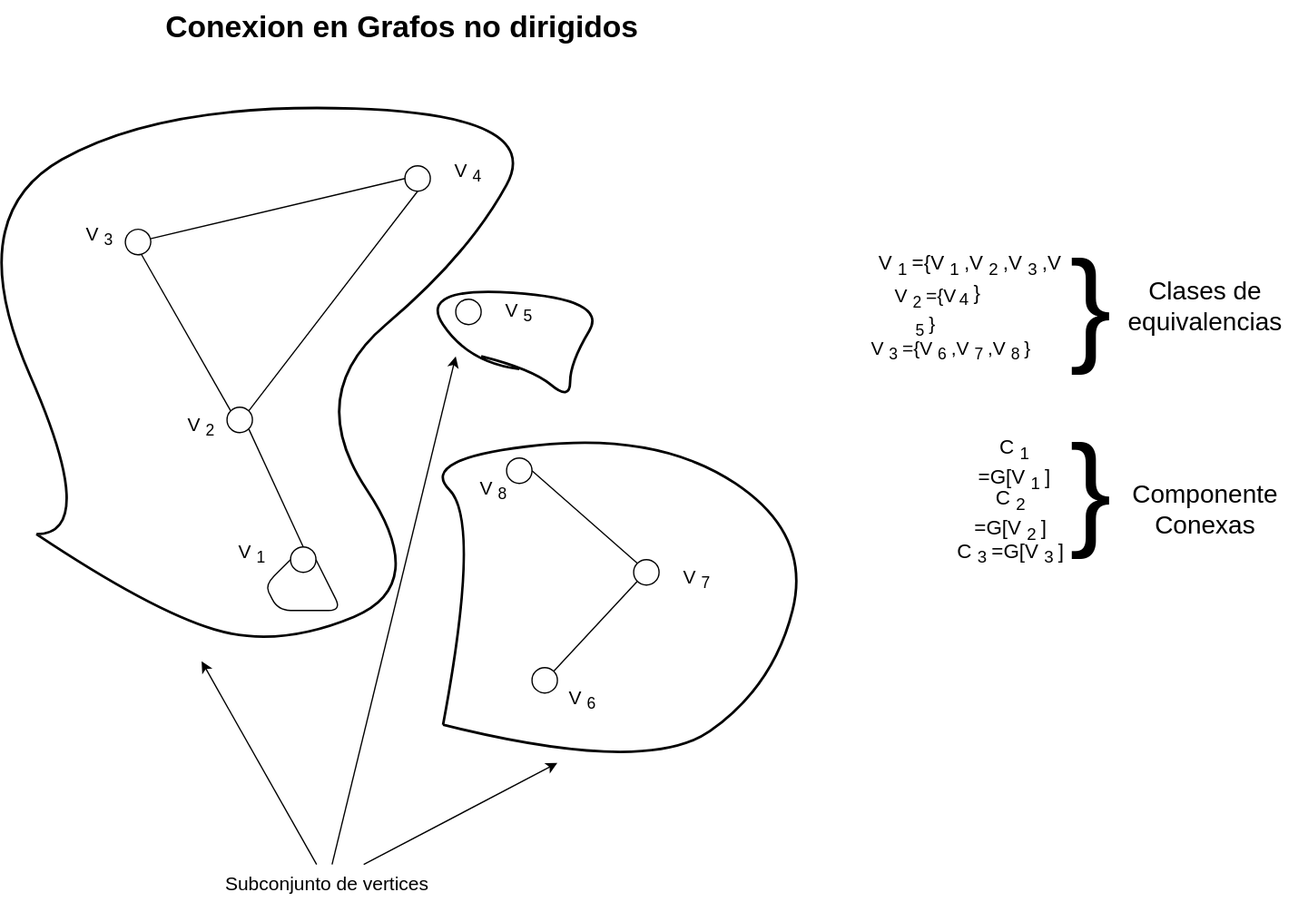
The draw.io diagram Estructura-de-datos/Grafos/Conexion-grafo-nodir.drawio.svg in Nordcode-cyber/Algoritmos-Estructdatos, before a commit. Source tidied: cells renumbered, new cells last; positions are measured from the earlier drawing's top-left corner, leaving out a move shared by most shapes. The source it was exported from:
```xml
<mxGraphModel>
  <root>
    <mxCell id="0" />
    <mxCell id="1" parent="0" />
    <mxCell id="2" value="&lt;h1 style=&quot;margin-top: 0px;&quot;&gt;&lt;font style=&quot;color: light-dark(rgb(0, 0, 0), rgb(0, 255, 128));&quot;&gt;Conexion en Grafos no dirigidos&lt;/font&gt;&lt;/h1&gt;&lt;p&gt;&lt;br&gt;&lt;/p&gt;" style="text;html=1;whiteSpace=wrap;overflow=hidden;rounded=0;" parent="1" vertex="1">
      <mxGeometry x="160" width="420" height="60" as="geometry" />
    </mxCell>
    <mxCell id="3" style="ellipse;whiteSpace=wrap;html=1;fillColor=light-dark(#FFFFFF,#7F00FF);rotation=-15;" parent="1" vertex="1">
      <mxGeometry x="130" y="180" width="20" height="20" as="geometry" />
    </mxCell>
    <mxCell id="4" style="ellipse;whiteSpace=wrap;html=1;fillColor=light-dark(#FFFFFF,#7F00FF);rotation=0;" parent="1" vertex="1">
      <mxGeometry x="350" y="130" width="20" height="20" as="geometry" />
    </mxCell>
    <mxCell id="5" style="ellipse;whiteSpace=wrap;html=1;fillColor=light-dark(#FFFFFF,#7F00FF);" parent="1" vertex="1">
      <mxGeometry x="210" y="320" width="20" height="20" as="geometry" />
    </mxCell>
    <mxCell id="6" style="ellipse;whiteSpace=wrap;html=1;fillColor=light-dark(#FFFFFF,#7F00FF);" parent="1" vertex="1">
      <mxGeometry x="260" y="430" width="20" height="20" as="geometry" />
    </mxCell>
    <mxCell id="7" style="endArrow=none;html=1;entryX=1;entryY=0.5;entryDx=0;entryDy=0;exitX=0;exitY=0.5;exitDx=0;exitDy=0;" parent="1" edge="1" source="4" target="3">
      <mxGeometry relative="1" as="geometry" />
    </mxCell>
    <mxCell id="8" style="endArrow=none;html=1;entryX=0.5;entryY=1;entryDx=0;entryDy=0;exitX=1;exitY=0;exitDx=0;exitDy=0;" parent="1" edge="1" source="5" target="4">
      <mxGeometry relative="1" as="geometry" />
    </mxCell>
    <mxCell id="9" style="endArrow=none;html=1;entryX=0.5;entryY=1;entryDx=0;entryDy=0;exitX=0;exitY=0;exitDx=0;exitDy=0;" parent="1" edge="1" source="5" target="3">
      <mxGeometry relative="1" as="geometry" />
    </mxCell>
    <mxCell id="10" style="endArrow=none;html=1;entryX=1;entryY=1;entryDx=0;entryDy=0;exitX=0.5;exitY=0;exitDx=0;exitDy=0;" parent="1" edge="1" source="6" target="5">
      <mxGeometry relative="1" as="geometry" />
    </mxCell>
    <mxCell id="11" style="endArrow=none;html=1;exitX=1;exitY=0.5;exitDx=0;exitDy=0;entryX=0;entryY=0.5;entryDx=0;entryDy=0;" parent="1" edge="1" source="6" target="6">
      <mxGeometry relative="1" as="geometry">
        <Array as="points">
          <mxPoint x="300" y="480" />
          <mxPoint x="250" y="480" />
          <mxPoint x="240" y="460" />
        </Array>
      </mxGeometry>
    </mxCell>
    <mxCell id="12" style="ellipse;whiteSpace=wrap;html=1;fillColor=light-dark(#FFFFFF,#7F00FF);" parent="1" vertex="1">
      <mxGeometry x="390" y="235" width="20" height="20" as="geometry" />
    </mxCell>
    <mxCell id="13" style="ellipse;whiteSpace=wrap;html=1;fillColor=light-dark(#FFFFFF,#7F00FF);" parent="1" vertex="1">
      <mxGeometry x="530" y="440" width="20" height="20" as="geometry" />
    </mxCell>
    <mxCell id="14" style="ellipse;whiteSpace=wrap;html=1;fillColor=light-dark(#FFFFFF,#7F00FF);" parent="1" vertex="1">
      <mxGeometry x="430" y="360" width="20" height="20" as="geometry" />
    </mxCell>
    <mxCell id="15" style="ellipse;whiteSpace=wrap;html=1;fillColor=light-dark(#FFFFFF,#7F00FF);" parent="1" vertex="1">
      <mxGeometry x="450" y="525" width="20" height="20" as="geometry" />
    </mxCell>
    <mxCell id="16" style="endArrow=none;html=1;exitX=1;exitY=0;exitDx=0;exitDy=0;entryX=0;entryY=1;entryDx=0;entryDy=0;" parent="1" edge="1" source="15" target="13">
      <mxGeometry relative="1" as="geometry" />
    </mxCell>
    <mxCell id="17" style="endArrow=none;html=1;exitX=0;exitY=0;exitDx=0;exitDy=0;entryX=1;entryY=0.5;entryDx=0;entryDy=0;" parent="1" edge="1" source="13" target="14">
      <mxGeometry relative="1" as="geometry" />
    </mxCell>
    <mxCell id="18" value="&lt;font style=&quot;font-size: 15px; color: light-dark(rgb(0, 0, 0), rgb(204, 0, 0));&quot;&gt;V&lt;sub&gt;1&lt;/sub&gt;&lt;/font&gt;" style="text;html=1;align=center;verticalAlign=middle;whiteSpace=wrap;rounded=0;" parent="1" vertex="1">
      <mxGeometry x="200" y="420" width="60" height="30" as="geometry" />
    </mxCell>
    <mxCell id="19" value="&lt;font style=&quot;font-size: 15px; color: light-dark(rgb(0, 0, 0), rgb(204, 0, 0));&quot;&gt;V&lt;sub&gt;2&lt;/sub&gt;&lt;/font&gt;" style="text;html=1;align=center;verticalAlign=middle;whiteSpace=wrap;rounded=0;" parent="1" vertex="1">
      <mxGeometry x="160" y="320" width="60" height="30" as="geometry" />
    </mxCell>
    <mxCell id="20" value="&lt;font style=&quot;font-size: 15px; color: light-dark(rgb(0, 0, 0), rgb(204, 0, 0));&quot;&gt;V&lt;sub&gt;3&lt;/sub&gt;&lt;/font&gt;" style="text;html=1;align=center;verticalAlign=middle;whiteSpace=wrap;rounded=0;" parent="1" vertex="1">
      <mxGeometry x="80" y="170" width="60" height="30" as="geometry" />
    </mxCell>
    <mxCell id="21" value="&lt;font style=&quot;font-size: 15px; color: light-dark(rgb(0, 0, 0), rgb(204, 0, 0));&quot;&gt;V&lt;sub&gt;4&lt;/sub&gt;&lt;/font&gt;" style="text;html=1;align=center;verticalAlign=middle;whiteSpace=wrap;rounded=0;" parent="1" vertex="1">
      <mxGeometry x="370" y="120" width="60" height="30" as="geometry" />
    </mxCell>
    <mxCell id="22" value="&lt;font style=&quot;font-size: 15px; color: light-dark(rgb(0, 0, 0), rgb(204, 0, 0));&quot;&gt;V&lt;sub&gt;5&lt;/sub&gt;&lt;/font&gt;" style="text;html=1;align=center;verticalAlign=middle;whiteSpace=wrap;rounded=0;" parent="1" vertex="1">
      <mxGeometry x="410" y="230" width="60" height="30" as="geometry" />
    </mxCell>
    <mxCell id="23" value="&lt;font style=&quot;font-size: 15px; color: light-dark(rgb(0, 0, 0), rgb(204, 0, 0));&quot;&gt;V&lt;sub&gt;7&lt;/sub&gt;&lt;/font&gt;" style="text;html=1;align=center;verticalAlign=middle;whiteSpace=wrap;rounded=0;" parent="1" vertex="1">
      <mxGeometry x="550" y="440" width="60" height="30" as="geometry" />
    </mxCell>
    <mxCell id="24" value="&lt;font style=&quot;font-size: 15px; color: light-dark(rgb(0, 0, 0), rgb(204, 0, 0));&quot;&gt;V&lt;sub&gt;6&lt;/sub&gt;&lt;/font&gt;" style="text;html=1;align=center;verticalAlign=middle;whiteSpace=wrap;rounded=0;" parent="1" vertex="1">
      <mxGeometry x="460" y="535" width="60" height="30" as="geometry" />
    </mxCell>
    <mxCell id="25" value="&lt;font style=&quot;font-size: 15px; color: light-dark(rgb(0, 0, 0), rgb(204, 0, 0));&quot;&gt;V&lt;sub&gt;8&lt;/sub&gt;&lt;/font&gt;" style="text;html=1;align=center;verticalAlign=middle;whiteSpace=wrap;rounded=0;" parent="1" vertex="1">
      <mxGeometry x="390" y="370" width="60" height="30" as="geometry" />
    </mxCell>
    <mxCell id="26" value="&lt;font style=&quot;color: light-dark(rgb(0, 0, 0), rgb(66, 255, 46)); font-size: 16px;&quot;&gt;V&lt;sub style=&quot;&quot;&gt;1&lt;/sub&gt; ={V&lt;sub style=&quot;&quot;&gt;1&lt;/sub&gt;,V&lt;sub style=&quot;&quot;&gt;2&lt;/sub&gt;,V&lt;sub style=&quot;&quot;&gt;3&lt;/sub&gt;,V&lt;sub style=&quot;&quot;&gt;4&lt;/sub&gt;}&lt;/font&gt;" style="text;html=1;align=center;verticalAlign=middle;whiteSpace=wrap;rounded=0;" parent="1" vertex="1">
      <mxGeometry x="720" y="205" width="150" height="30" as="geometry" />
    </mxCell>
    <mxCell id="27" value="&lt;font style=&quot;color: light-dark(rgb(0, 0, 0), rgb(66, 255, 46)); font-size: 15px;&quot;&gt;V&lt;sub&gt;2&lt;/sub&gt;={V&lt;sub&gt;5&lt;/sub&gt;}&lt;/font&gt;" style="text;html=1;align=center;verticalAlign=middle;whiteSpace=wrap;rounded=0;" parent="1" vertex="1">
      <mxGeometry x="730" y="230" width="60" height="30" as="geometry" />
    </mxCell>
    <mxCell id="28" value="&lt;font style=&quot;font-size: 15px; color: light-dark(rgb(0, 0, 0), rgb(66, 255, 46));&quot;&gt;V&lt;sub&gt;3&lt;/sub&gt;={V&lt;sub&gt;6&lt;/sub&gt;,V&lt;sub&gt;7&lt;/sub&gt;,V&lt;sub&gt;8&lt;/sub&gt;}&lt;/font&gt;" style="text;html=1;align=center;verticalAlign=middle;whiteSpace=wrap;rounded=0;" parent="1" vertex="1">
      <mxGeometry x="710" y="260" width="140" height="30" as="geometry" />
    </mxCell>
    <mxCell id="29" style="edgeStyle=none;html=1;" parent="1" edge="1" source="32">
      <mxGeometry relative="1" as="geometry">
        <mxPoint x="190" y="520" as="targetPoint" />
      </mxGeometry>
    </mxCell>
    <mxCell id="30" style="edgeStyle=none;html=1;" parent="1" edge="1" source="32">
      <mxGeometry relative="1" as="geometry">
        <mxPoint x="390" y="280" as="targetPoint" />
      </mxGeometry>
    </mxCell>
    <mxCell id="31" style="edgeStyle=none;html=1;" parent="1" edge="1" source="32">
      <mxGeometry relative="1" as="geometry">
        <mxPoint x="470" y="600" as="targetPoint" />
      </mxGeometry>
    </mxCell>
    <mxCell id="32" value="&lt;font style=&quot;color: light-dark(rgb(0, 0, 0), rgb(66, 255, 46)); font-size: 15px;&quot;&gt;Subconjunto de vertices&lt;/font&gt;" style="text;html=1;align=center;verticalAlign=middle;whiteSpace=wrap;rounded=0;" parent="1" vertex="1">
      <mxGeometry x="194" y="680" width="190" height="30" as="geometry" />
    </mxCell>
    <mxCell id="33" value="&lt;font style=&quot;font-size: 98px; color: light-dark(rgb(0, 0, 0), rgb(255, 255, 255));&quot;&gt;}&lt;/font&gt;" style="text;html=1;align=center;verticalAlign=middle;whiteSpace=wrap;rounded=0;" parent="1" vertex="1">
      <mxGeometry x="860" y="225" width="60" height="30" as="geometry" />
    </mxCell>
    <mxCell id="34" value="&lt;font style=&quot;font-size: 20px;&quot;&gt;Clases de equivalencias&lt;/font&gt;" style="text;html=1;align=center;verticalAlign=middle;whiteSpace=wrap;rounded=0;" parent="1" vertex="1">
      <mxGeometry x="900" y="160" width="160" height="160" as="geometry" />
    </mxCell>
    <mxCell id="35" style="curved=1;endArrow=none;html=1;endFill=0;strokeColor=light-dark(#000000,#0000FF);strokeWidth=2;" parent="1" edge="1">
      <mxGeometry relative="1" as="geometry">
        <mxPoint x="60" y="420" as="sourcePoint" />
        <mxPoint x="60" y="420" as="targetPoint" />
        <Array as="points">
          <mxPoint x="110" y="420" />
          <mxPoint y="170" />
          <mxPoint x="160" y="80" />
          <mxPoint x="460" y="90" />
          <mxPoint x="400" y="200" />
          <mxPoint x="270" y="310" />
          <mxPoint x="370" y="460" />
          <mxPoint x="250" y="510" />
          <mxPoint x="150" y="480" />
        </Array>
      </mxGeometry>
    </mxCell>
    <mxCell id="36" style="curved=1;endArrow=none;html=1;endFill=0;strokeColor=light-dark(#000000,#CC0000);strokeWidth=2;" parent="1" edge="1">
      <mxGeometry relative="1" as="geometry">
        <mxPoint x="440" y="290" as="sourcePoint" />
        <mxPoint x="410" y="280" as="targetPoint" />
        <Array as="points">
          <mxPoint x="400" y="285" />
          <mxPoint x="360" y="225" />
          <mxPoint x="510" y="235" />
          <mxPoint x="480" y="285" />
          <mxPoint x="480" y="315" />
          <mxPoint x="450" y="290" />
        </Array>
      </mxGeometry>
    </mxCell>
    <mxCell id="37" style="curved=1;endArrow=none;html=1;endFill=0;strokeColor=light-dark(#000000,#00FF00);strokeWidth=2;" parent="1" edge="1">
      <mxGeometry relative="1" as="geometry">
        <mxPoint x="380" y="570" as="sourcePoint" />
        <mxPoint x="380" y="570" as="targetPoint" />
        <Array as="points">
          <mxPoint x="410" y="410" />
          <mxPoint x="360" y="360" />
          <mxPoint x="550" y="340" />
          <mxPoint x="670" y="420" />
          <mxPoint x="640" y="540" />
          <mxPoint x="540" y="610" />
        </Array>
      </mxGeometry>
    </mxCell>
    <mxCell id="38" value="&lt;font style=&quot;color: light-dark(rgb(0, 0, 0), rgb(45, 52, 255)); font-size: 16px;&quot;&gt;C&lt;sub&gt;1&lt;/sub&gt;=G[V&lt;sub&gt;1&lt;/sub&gt;]&lt;/font&gt;" style="text;html=1;align=center;verticalAlign=middle;whiteSpace=wrap;rounded=0;" parent="1" vertex="1">
      <mxGeometry x="800" y="350" width="60" height="30" as="geometry" />
    </mxCell>
    <mxCell id="39" value="&lt;font style=&quot;font-size: 98px; color: light-dark(rgb(0, 0, 0), rgb(255, 255, 255));&quot;&gt;}&lt;/font&gt;" style="text;html=1;align=center;verticalAlign=middle;whiteSpace=wrap;rounded=0;" parent="1" vertex="1">
      <mxGeometry x="860" y="370" width="60" height="30" as="geometry" />
    </mxCell>
    <mxCell id="40" value="&lt;font style=&quot;font-size: 16px; color: light-dark(rgb(0, 0, 0), rgb(204, 0, 0));&quot;&gt;C&lt;sub style=&quot;&quot;&gt;2&lt;/sub&gt;=G[V&lt;sub style=&quot;&quot;&gt;2&lt;/sub&gt;]&lt;/font&gt;" style="text;html=1;align=center;verticalAlign=middle;whiteSpace=wrap;rounded=0;" parent="1" vertex="1">
      <mxGeometry x="797" y="390" width="60" height="30" as="geometry" />
    </mxCell>
    <mxCell id="41" value="&lt;font style=&quot;font-size: 16px; color: light-dark(rgb(0, 0, 0), rgb(0, 255, 0));&quot;&gt;C&lt;sub&gt;3&lt;/sub&gt;=G[V&lt;sub&gt;3&lt;/sub&gt;]&lt;/font&gt;" style="text;html=1;align=center;verticalAlign=middle;whiteSpace=wrap;rounded=0;" parent="1" vertex="1">
      <mxGeometry x="777" y="415" width="100" height="40" as="geometry" />
    </mxCell>
    <mxCell id="42" style="text;html=1;align=center;verticalAlign=middle;rotation=45;" parent="1" vertex="1">
      <mxGeometry x="922" y="600" width="50" height="30" as="geometry" />
    </mxCell>
    <mxCell id="43" style="text;html=1;align=center;verticalAlign=middle;" parent="1" vertex="1">
      <mxGeometry x="720" y="304" width="50" height="30" as="geometry" />
    </mxCell>
    <mxCell id="44" style="text;html=1;align=center;verticalAlign=middle;" parent="1" vertex="1">
      <mxGeometry x="769" y="620" width="50" height="30" as="geometry" />
    </mxCell>
    <mxCell id="45" style="text;html=1;align=center;verticalAlign=middle;" parent="1" vertex="1">
      <mxGeometry x="710" y="619" width="50" height="30" as="geometry" />
    </mxCell>
    <mxCell id="46" value="&lt;font style=&quot;font-size: 20px;&quot;&gt;Componente Conexas&lt;/font&gt;" style="text;html=1;align=center;verticalAlign=middle;whiteSpace=wrap;rounded=0;" parent="1" vertex="1">
      <mxGeometry x="900" y="320" width="160" height="160" as="geometry" />
    </mxCell>
  </root>
</mxGraphModel>
```
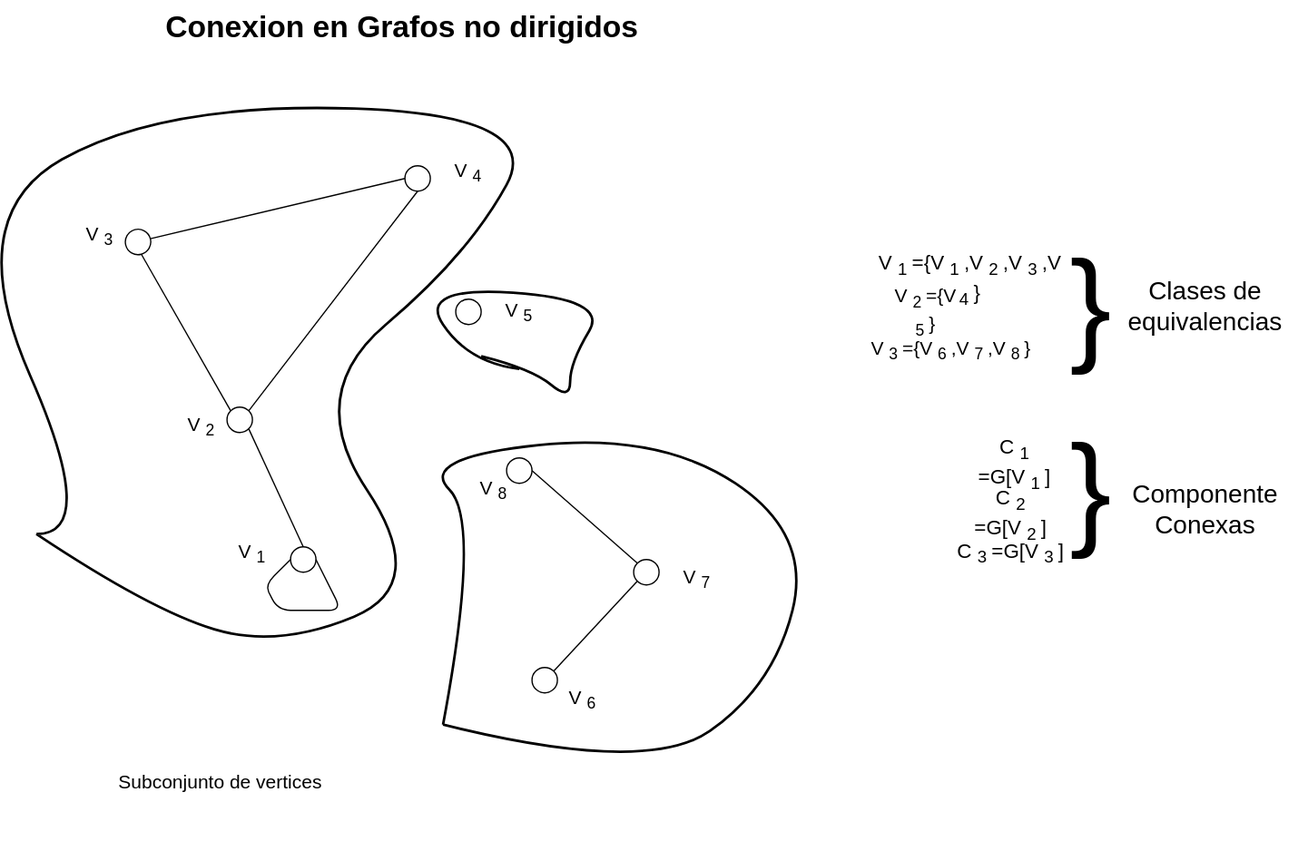
Later version of the same file.

The edit, as a diff of the source:
```diff
@@ -89,23 +89,8 @@
     <mxCell id="28" value="&lt;font style=&quot;font-size: 15px; color: light-dark(rgb(0, 0, 0), rgb(66, 255, 46));&quot;&gt;V&lt;sub&gt;3&lt;/sub&gt;={V&lt;sub&gt;6&lt;/sub&gt;,V&lt;sub&gt;7&lt;/sub&gt;,V&lt;sub&gt;8&lt;/sub&gt;}&lt;/font&gt;" style="text;html=1;align=center;verticalAlign=middle;whiteSpace=wrap;rounded=0;" parent="1" vertex="1">
       <mxGeometry x="710" y="260" width="140" height="30" as="geometry" />
     </mxCell>
-    <mxCell id="29" style="edgeStyle=none;html=1;" parent="1" edge="1" source="32">
-      <mxGeometry relative="1" as="geometry">
-        <mxPoint x="190" y="520" as="targetPoint" />
-      </mxGeometry>
-    </mxCell>
-    <mxCell id="30" style="edgeStyle=none;html=1;" parent="1" edge="1" source="32">
-      <mxGeometry relative="1" as="geometry">
-        <mxPoint x="390" y="280" as="targetPoint" />
-      </mxGeometry>
-    </mxCell>
-    <mxCell id="31" style="edgeStyle=none;html=1;" parent="1" edge="1" source="32">
-      <mxGeometry relative="1" as="geometry">
-        <mxPoint x="470" y="600" as="targetPoint" />
-      </mxGeometry>
-    </mxCell>
     <mxCell id="32" value="&lt;font style=&quot;color: light-dark(rgb(0, 0, 0), rgb(66, 255, 46)); font-size: 15px;&quot;&gt;Subconjunto de vertices&lt;/font&gt;" style="text;html=1;align=center;verticalAlign=middle;whiteSpace=wrap;rounded=0;" parent="1" vertex="1">
-      <mxGeometry x="194" y="680" width="190" height="30" as="geometry" />
+      <mxGeometry x="110" y="600" width="190" height="30" as="geometry" />
     </mxCell>
     <mxCell id="33" value="&lt;font style=&quot;font-size: 98px; color: light-dark(rgb(0, 0, 0), rgb(255, 255, 255));&quot;&gt;}&lt;/font&gt;" style="text;html=1;align=center;verticalAlign=middle;whiteSpace=wrap;rounded=0;" parent="1" vertex="1">
       <mxGeometry x="860" y="225" width="60" height="30" as="geometry" />
@@ -180,7 +165,7 @@
       <mxGeometry x="769" y="620" width="50" height="30" as="geometry" />
     </mxCell>
     <mxCell id="45" style="text;html=1;align=center;verticalAlign=middle;" parent="1" vertex="1">
-      <mxGeometry x="710" y="619" width="50" height="30" as="geometry" />
+      <mxGeometry x="857" y="640" width="50" height="30" as="geometry" />
     </mxCell>
     <mxCell id="46" value="&lt;font style=&quot;font-size: 20px;&quot;&gt;Componente Conexas&lt;/font&gt;" style="text;html=1;align=center;verticalAlign=middle;whiteSpace=wrap;rounded=0;" parent="1" vertex="1">
       <mxGeometry x="900" y="320" width="160" height="160" as="geometry" />
```
